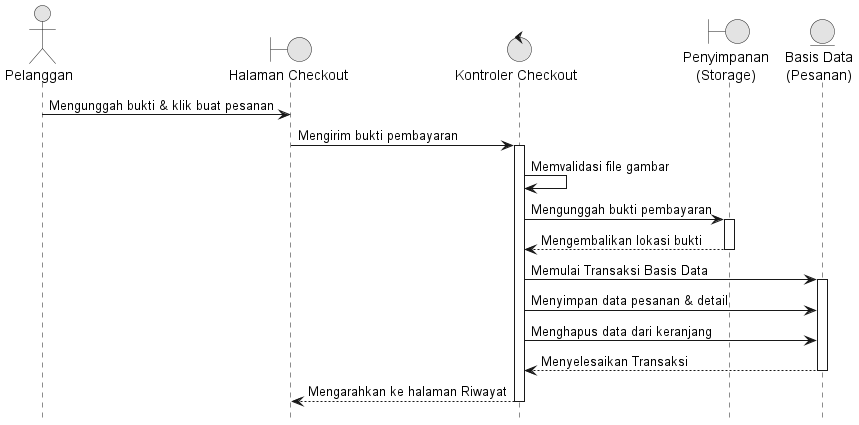
This is docs/diagrams/04_Checkout_Pesanan.png from Reyonl/project_TA, a PlantUML export, as it was before one commit.
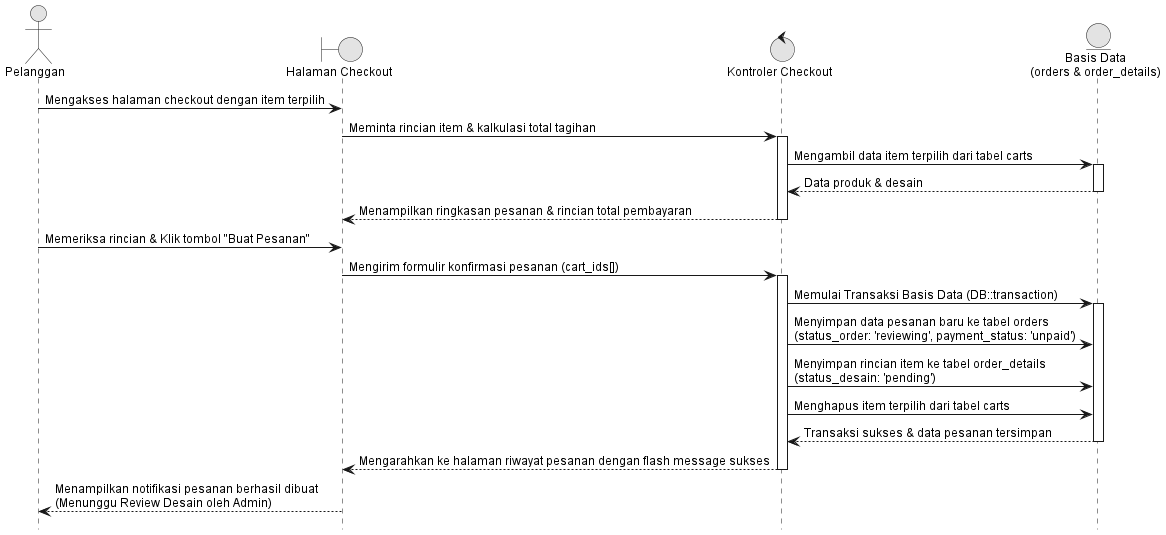
The same file after the commit.

What changed in the source:
```diff
@@ -1,28 +1,39 @@
 @startuml 04_Checkout_Pesanan
 hide footbox
+skinparam backgroundColor white
 skinparam monochrome true
 skinparam shadowing false
+skinparam DefaultFontName Arial
+skinparam DefaultFontSize 12
 
 actor "Pelanggan" as Customer
 boundary "Halaman Checkout" as View
 control "Kontroler Checkout" as Controller
-boundary "Penyimpanan\n(Storage)" as Storage
-entity "Basis Data\n(Pesanan)" as DB
+entity "Basis Data\n(orders & order_details)" as DB
 
-Customer -> View : Mengunggah bukti & klik buat pesanan
-View -> Controller : Mengirim bukti pembayaran
+Customer -> View : Mengakses halaman checkout dengan item terpilih
+View -> Controller : Meminta rincian item & kalkulasi total tagihan
 activate Controller
-Controller -> Controller : Memvalidasi file gambar
-Controller -> Storage : Mengunggah bukti pembayaran
-activate Storage
-Storage --> Controller : Mengembalikan lokasi bukti
-deactivate Storage
-Controller -> DB : Memulai Transaksi Basis Data
+Controller -> DB : Mengambil data item terpilih dari tabel carts
 activate DB
-Controller -> DB : Menyimpan data pesanan & detail
-Controller -> DB : Menghapus data dari keranjang
-DB --> Controller : Menyelesaikan Transaksi
+DB --> Controller : Data produk & desain
 deactivate DB
-Controller --> View : Mengarahkan ke halaman Riwayat
+Controller --> View : Menampilkan ringkasan pesanan & rincian total pembayaran
 deactivate Controller
+
+Customer -> View : Memeriksa rincian & Klik tombol "Buat Pesanan"
+View -> Controller : Mengirim formulir konfirmasi pesanan (cart_ids[])
+activate Controller
+
+Controller -> DB : Memulai Transaksi Basis Data (DB::transaction)
+activate DB
+Controller -> DB : Menyimpan data pesanan baru ke tabel orders\n(status_order: 'reviewing', payment_status: 'unpaid')
+Controller -> DB : Menyimpan rincian item ke tabel order_details\n(status_desain: 'pending')
+Controller -> DB : Menghapus item terpilih dari tabel carts
+DB --> Controller : Transaksi sukses & data pesanan tersimpan
+deactivate DB
+
+Controller --> View : Mengarahkan ke halaman riwayat pesanan dengan flash message sukses
+deactivate Controller
+View --> Customer : Menampilkan notifikasi pesanan berhasil dibuat\n(Menunggu Review Desain oleh Admin)
 @enduml
```
